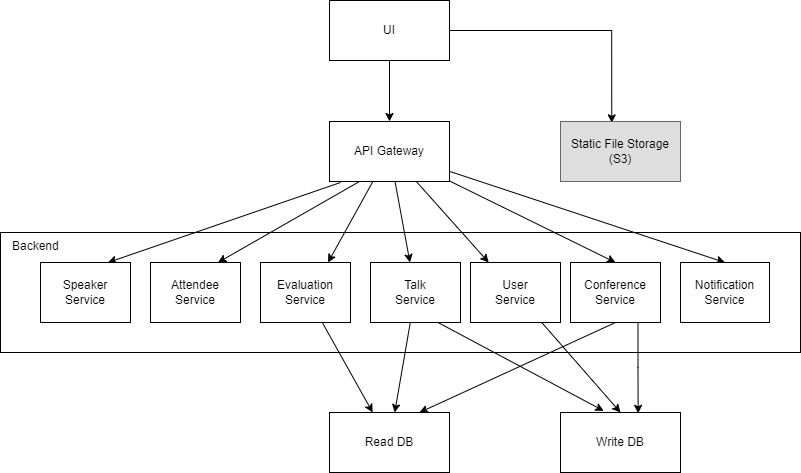
The draw.io diagram all-stuff-no-cruft/resources/Kata-AllStuffNoCruft-Component-Diagram.png in tsvetanv/architecture-katas, before a commit. Source tidied: cells renumbered, new cells last; positions are measured from the earlier drawing's top-left corner, leaving out a move shared by most shapes.
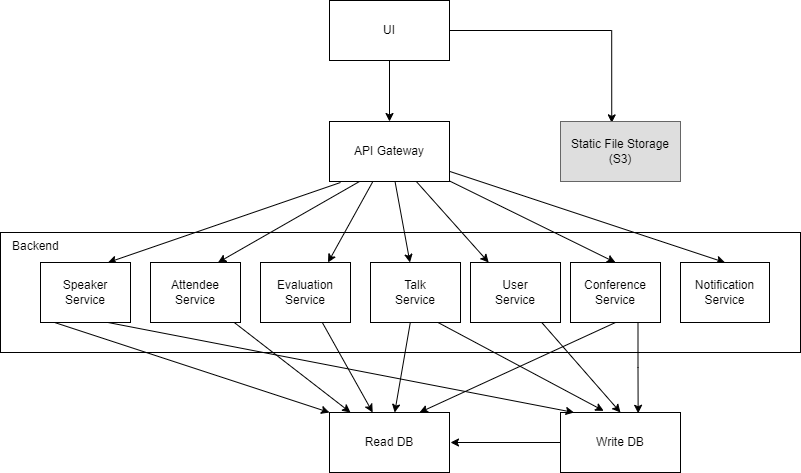
The same diagram one commit later.

Commit message:
Improved component diagram

What changed in the source:
```diff
@@ -56,6 +56,11 @@
     <mxCell id="17" value="Static File Storage (S3)" style="rounded=0;whiteSpace=wrap;html=1;fillColor=#DEDEDE;gradientColor=none;strokeColor=#666666;gradientDirection=radial;" parent="1" vertex="1">
       <mxGeometry x="560" y="121" width="120" height="60" as="geometry" />
     </mxCell>
+    <mxCell id="30" style="edgeStyle=orthogonalEdgeStyle;rounded=0;jettySize=auto;html=1;" parent="1" edge="1" source="18">
+      <mxGeometry relative="1" as="geometry">
+        <mxPoint x="450" y="442" as="targetPoint" />
+      </mxGeometry>
+    </mxCell>
     <mxCell id="18" value="Write DB" style="rounded=0;whiteSpace=wrap;html=1;" parent="1" vertex="1">
       <mxGeometry x="560" y="412" width="120" height="60" as="geometry" />
     </mxCell>
@@ -83,6 +88,9 @@
     <mxCell id="26" value="Attendee&lt;br&gt;Service" style="rounded=0;whiteSpace=wrap;html=1;" parent="1" vertex="1">
       <mxGeometry x="150" y="262" width="90" height="60" as="geometry" />
     </mxCell>
+    <mxCell id="31" style="rounded=0;jettySize=auto;html=1;entryX=0;entryY=0;entryDx=0;entryDy=0;exitX=0.116;exitY=0.98;exitDx=0;exitDy=0;exitPerimeter=0;" parent="1" edge="1" source="27" target="28">
+      <mxGeometry relative="1" as="geometry" />
+    </mxCell>
     <mxCell id="27" value="Speaker&lt;br&gt;Service" style="rounded=0;whiteSpace=wrap;html=1;" parent="1" vertex="1">
       <mxGeometry x="40" y="262" width="90" height="60" as="geometry" />
     </mxCell>
@@ -92,5 +100,11 @@
     <mxCell id="29" style="rounded=0;jettySize=auto;html=1;entryX=0.36;entryY=-0.027;entryDx=0;entryDy=0;entryPerimeter=0;exitX=0.75;exitY=1;exitDx=0;exitDy=0;" parent="1" edge="1" source="23" target="18">
       <mxGeometry relative="1" as="geometry" />
     </mxCell>
+    <mxCell id="32" style="rounded=0;jettySize=auto;html=1;entryX=0.175;entryY=0;entryDx=0;entryDy=0;entryPerimeter=0;" parent="1" edge="1" source="26" target="28">
+      <mxGeometry relative="1" as="geometry" />
+    </mxCell>
+    <mxCell id="33" style="rounded=0;jettySize=auto;html=1;entryX=0.113;entryY=0;entryDx=0;entryDy=0;entryPerimeter=0;exitX=0.75;exitY=1;exitDx=0;exitDy=0;" parent="1" edge="1" source="27" target="18">
+      <mxGeometry relative="1" as="geometry" />
+    </mxCell>
   </root>
 </mxGraphModel>
```
